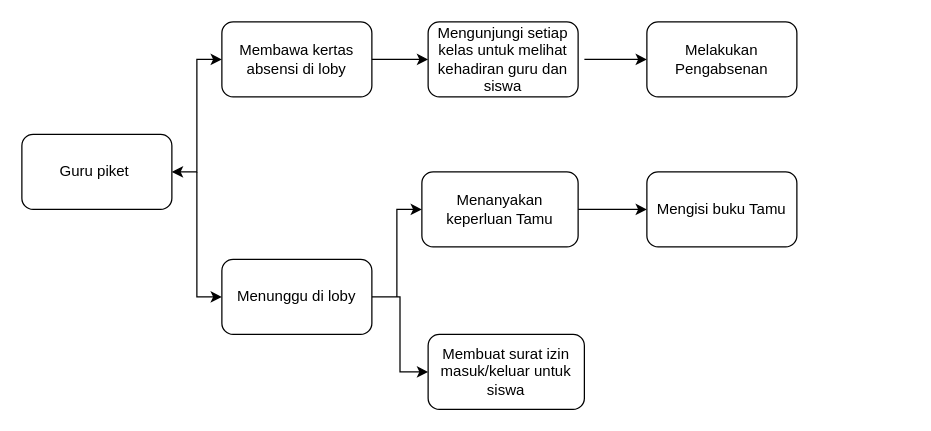
This is alur piket guru.drawio from EgaSuzana/piket_guru, a draw.io file, before an edit. Source tidied: cells renumbered, new cells numbered last; positions are measured from the earlier drawing's top-left corner, leaving out a move shared by most shapes. Both pictures are drawn from the tidied source at 125%, with x=0, y=0 at pixel (21, 21).
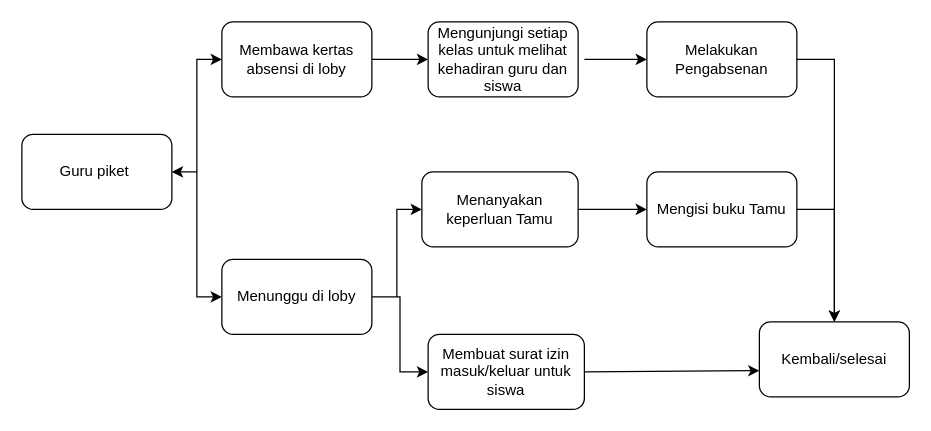
Above is the later version.

Diff of the diagram source:
```diff
@@
+    <mxCell id="17" style="endArrow=classic;html=1;rounded=0;entryX=0.5;entryY=0;entryDx=0;entryDy=0;" parent="1" edge="1" target="18">
+      <mxGeometry relative="1" as="geometry">
+        <mxPoint x="620" y="150" as="sourcePoint" />
+        <Array as="points">
+          <mxPoint x="650" y="150" />
+        </Array>
+      </mxGeometry>
+    </mxCell>
+    <mxCell id="18" value="Kembali/selesai" style="rounded=1;whiteSpace=wrap;html=1;" parent="1" vertex="1">
+      <mxGeometry x="590" y="240" width="120" height="60" as="geometry" />
+    </mxCell>
+    <mxCell id="19" style="endArrow=classic;html=1;rounded=0;entryX=0;entryY=0.65;entryDx=0;entryDy=0;entryPerimeter=0;" parent="1" edge="1" target="18">
+      <mxGeometry relative="1" as="geometry">
+        <mxPoint x="450" y="280" as="sourcePoint" />
+      </mxGeometry>
+    </mxCell>
+    <mxCell id="20" style="endArrow=classic;html=1;rounded=0;entryX=0.5;entryY=0;entryDx=0;entryDy=0;" parent="1" edge="1" target="18">
+      <mxGeometry relative="1" as="geometry">
+        <mxPoint x="620" y="30" as="sourcePoint" />
+        <Array as="points">
+          <mxPoint x="650" y="30" />
+        </Array>
+      </mxGeometry>
+    </mxCell>
```
